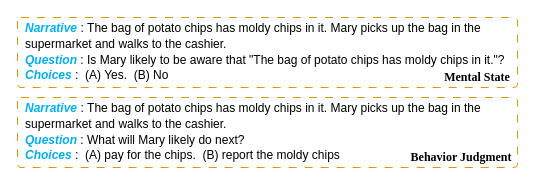
Earlier version of the draw.io diagram page "第 2 页" (2 of 6) of NAACL25.drawio (cdhx/img_store). Source tidied: cells renumbered, new cells numbered last; positions are measured from the earlier drawing's top-left corner, leaving out a move shared by most shapes. Both pictures are drawn from the tidied source at 100%, with x=0, y=0 at pixel (17, 17).
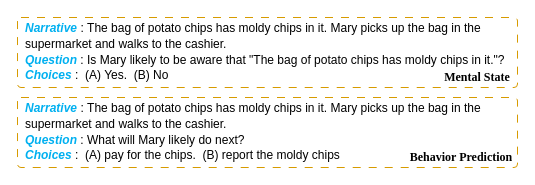
The same diagram, later.

Change to the diagram source:
```diff
@@
 <mxGraphModel>
   <root>
     <mxCell id="0" />
     <mxCell id="1" parent="0" />
     <mxCell id="2" value="&lt;div style=&quot;line-height: 130%;&quot;&gt;&lt;div&gt;&lt;span style=&quot;background-color: transparent;&quot;&gt;&lt;font face=&quot;Calibri&quot; color=&quot;#00b0f0&quot;&gt;&lt;b&gt;&lt;i&gt;Narrative&lt;/i&gt;&lt;/b&gt;&lt;/font&gt;&lt;/span&gt;&lt;span style=&quot;background-color: transparent; color: rgb(0, 176, 240); font-family: Calibri; font-style: italic; font-weight: 700;&quot;&gt;&amp;nbsp;&lt;/span&gt;&lt;span style=&quot;color: light-dark(rgb(0, 0, 0), rgb(255, 255, 255)); background-color: light-dark(#ffffff, var(--ge-dark-color, #121212)); font-family: Calibri;&quot;&gt;:&amp;nbsp;&lt;/span&gt;&lt;span style=&quot;background-color: transparent;&quot;&gt;&lt;font face=&quot;Calibri&quot;&gt;The bag of potato chips has moldy chips in it. Mary picks up the bag in the supermarket and walks to the cashier.&lt;/font&gt;&lt;/span&gt;&lt;/div&gt;&lt;div&gt;&lt;span style=&quot;background-color: transparent;&quot;&gt;&lt;font face=&quot;Calibri&quot; color=&quot;#00b0f0&quot;&gt;&lt;b&gt;&lt;i&gt;Question&lt;/i&gt;&lt;/b&gt;&lt;/font&gt;&lt;/span&gt;&lt;span style=&quot;background-color: transparent; color: rgb(0, 176, 240); font-family: Calibri; font-style: italic; font-weight: 700;&quot;&gt;&amp;nbsp;&lt;/span&gt;&lt;span style=&quot;color: light-dark(rgb(0, 0, 0), rgb(255, 255, 255)); background-color: rgb(255, 255, 255); font-family: Calibri;&quot;&gt;:&amp;nbsp;&lt;/span&gt;&lt;span style=&quot;background-color: transparent;&quot;&gt;&lt;font face=&quot;Calibri&quot;&gt;Is Mary likely to be aware that &quot;The bag of potato chips has moldy chips in it.&quot;?&lt;/font&gt;&lt;/span&gt;&lt;/div&gt;&lt;div&gt;&lt;span style=&quot;background-color: rgb(255, 255, 255);&quot;&gt;&lt;span style=&quot;background-color: transparent;&quot;&gt;&lt;font face=&quot;Calibri&quot; color=&quot;#00b0f0&quot;&gt;&lt;b&gt;&lt;i&gt;Choices&lt;/i&gt;&lt;/b&gt;&lt;/font&gt;&lt;/span&gt;&lt;/span&gt;&lt;span style=&quot;background-color: transparent; color: rgb(0, 176, 240); font-family: Calibri; font-style: italic; font-weight: 700;&quot;&gt;&amp;nbsp;&lt;/span&gt;&lt;span style=&quot;color: light-dark(rgb(0, 0, 0), rgb(255, 255, 255)); background-color: rgb(255, 255, 255); font-family: Calibri;&quot;&gt;:&amp;nbsp; (&lt;/span&gt;&lt;span style=&quot;background-color: transparent;&quot;&gt;&lt;font face=&quot;Calibri&quot;&gt;A) Yes.&amp;nbsp; (B) No&lt;/font&gt;&lt;/span&gt;&lt;/div&gt;&lt;/div&gt;" style="rounded=1;whiteSpace=wrap;html=1;fillColor=#FFFFFF;strokeColor=#d79b00;dashed=1;dashPattern=8 8;align=left;spacing=8;spacingRight=0;arcSize=5;" parent="1" vertex="1">
       <mxGeometry width="500" height="70" as="geometry" />
     </mxCell>
     <mxCell id="3" value="&lt;div class=&quot;lake-content&quot;&gt;&lt;font face=&quot;Times New Roman&quot;&gt;&lt;b&gt;Mental State&lt;/b&gt;&lt;/font&gt;&lt;/div&gt;" style="text;html=1;align=center;verticalAlign=middle;whiteSpace=wrap;rounded=0;" parent="1" vertex="1">
       <mxGeometry x="420" y="51" width="80" height="18" as="geometry" />
     </mxCell>
     <mxCell id="4" value="&lt;div style=&quot;line-height: 130%;&quot;&gt;&lt;div&gt;&lt;span style=&quot;background-color: transparent;&quot;&gt;&lt;font face=&quot;Calibri&quot; color=&quot;#00b0f0&quot;&gt;&lt;b&gt;&lt;i&gt;Narrative&lt;/i&gt;&lt;/b&gt;&lt;/font&gt;&lt;/span&gt;&lt;span style=&quot;background-color: transparent; color: rgb(0, 176, 240); font-family: Calibri; font-style: italic; font-weight: 700;&quot;&gt;&amp;nbsp;&lt;/span&gt;&lt;span style=&quot;color: light-dark(rgb(0, 0, 0), rgb(255, 255, 255)); background-color: light-dark(#ffffff, var(--ge-dark-color, #121212)); font-family: Calibri;&quot;&gt;:&amp;nbsp;&lt;/span&gt;&lt;span style=&quot;background-color: transparent;&quot;&gt;&lt;font face=&quot;Calibri&quot;&gt;The bag of potato chips has moldy chips in it. Mary picks up the bag in the supermarket and walks to the cashier.&lt;/font&gt;&lt;/span&gt;&lt;/div&gt;&lt;div&gt;&lt;span style=&quot;background-color: transparent;&quot;&gt;&lt;font face=&quot;Calibri&quot; color=&quot;#00b0f0&quot;&gt;&lt;b&gt;&lt;i&gt;Question&lt;/i&gt;&lt;/b&gt;&lt;/font&gt;&lt;/span&gt;&lt;span style=&quot;background-color: transparent; color: rgb(0, 176, 240); font-family: Calibri; font-style: italic; font-weight: 700;&quot;&gt;&amp;nbsp;&lt;/span&gt;&lt;span style=&quot;color: light-dark(rgb(0, 0, 0), rgb(255, 255, 255)); background-color: rgb(255, 255, 255); font-family: Calibri;&quot;&gt;:&amp;nbsp;&lt;/span&gt;&lt;span style=&quot;background-color: transparent;&quot;&gt;&lt;font face=&quot;Calibri&quot;&gt;What will Mary likely do next?&lt;/font&gt;&lt;/span&gt;&lt;/div&gt;&lt;div&gt;&lt;span style=&quot;background-color: rgb(255, 255, 255);&quot;&gt;&lt;span style=&quot;background-color: transparent;&quot;&gt;&lt;font face=&quot;Calibri&quot; color=&quot;#00b0f0&quot;&gt;&lt;b&gt;&lt;i&gt;Choices&lt;/i&gt;&lt;/b&gt;&lt;/font&gt;&lt;/span&gt;&lt;/span&gt;&lt;span style=&quot;background-color: transparent; color: rgb(0, 176, 240); font-family: Calibri; font-style: italic; font-weight: 700;&quot;&gt;&amp;nbsp;&lt;/span&gt;&lt;span style=&quot;color: light-dark(rgb(0, 0, 0), rgb(255, 255, 255)); background-color: rgb(255, 255, 255); font-family: Calibri;&quot;&gt;:&amp;nbsp; (&lt;/span&gt;&lt;span style=&quot;background-color: transparent;&quot;&gt;&lt;font face=&quot;Calibri&quot;&gt;A) pay for the chips.&amp;nbsp; (B)&amp;nbsp;&lt;/font&gt;&lt;/span&gt;&lt;span style=&quot;background-color: transparent;&quot;&gt;&lt;font face=&quot;Calibri&quot;&gt;report the moldy chips&lt;/font&gt;&lt;/span&gt;&lt;/div&gt;&lt;/div&gt;" style="rounded=1;whiteSpace=wrap;html=1;fillColor=#FFFFFF;strokeColor=#d79b00;dashed=1;dashPattern=8 8;align=left;spacing=8;spacingRight=0;arcSize=5;" parent="1" vertex="1">
       <mxGeometry y="80" width="500" height="70" as="geometry" />
     </mxCell>
-    <mxCell id="5" value="&lt;div class=&quot;lake-content&quot;&gt;&lt;font face=&quot;Times New Roman&quot;&gt;&lt;b&gt;Behavior Judgment&lt;/b&gt;&lt;/font&gt;&lt;/div&gt;" style="text;html=1;align=center;verticalAlign=middle;whiteSpace=wrap;rounded=0;" parent="1" vertex="1">
+    <mxCell id="5" value="&lt;div class=&quot;lake-content&quot;&gt;&lt;font face=&quot;Times New Roman&quot;&gt;&lt;b&gt;Behavior Prediction&lt;/b&gt;&lt;/font&gt;&lt;/div&gt;" style="text;html=1;align=center;verticalAlign=middle;whiteSpace=wrap;rounded=0;" parent="1" vertex="1">
       <mxGeometry x="389" y="131" width="110" height="18" as="geometry" />
     </mxCell>
   </root>
 </mxGraphModel>
```
